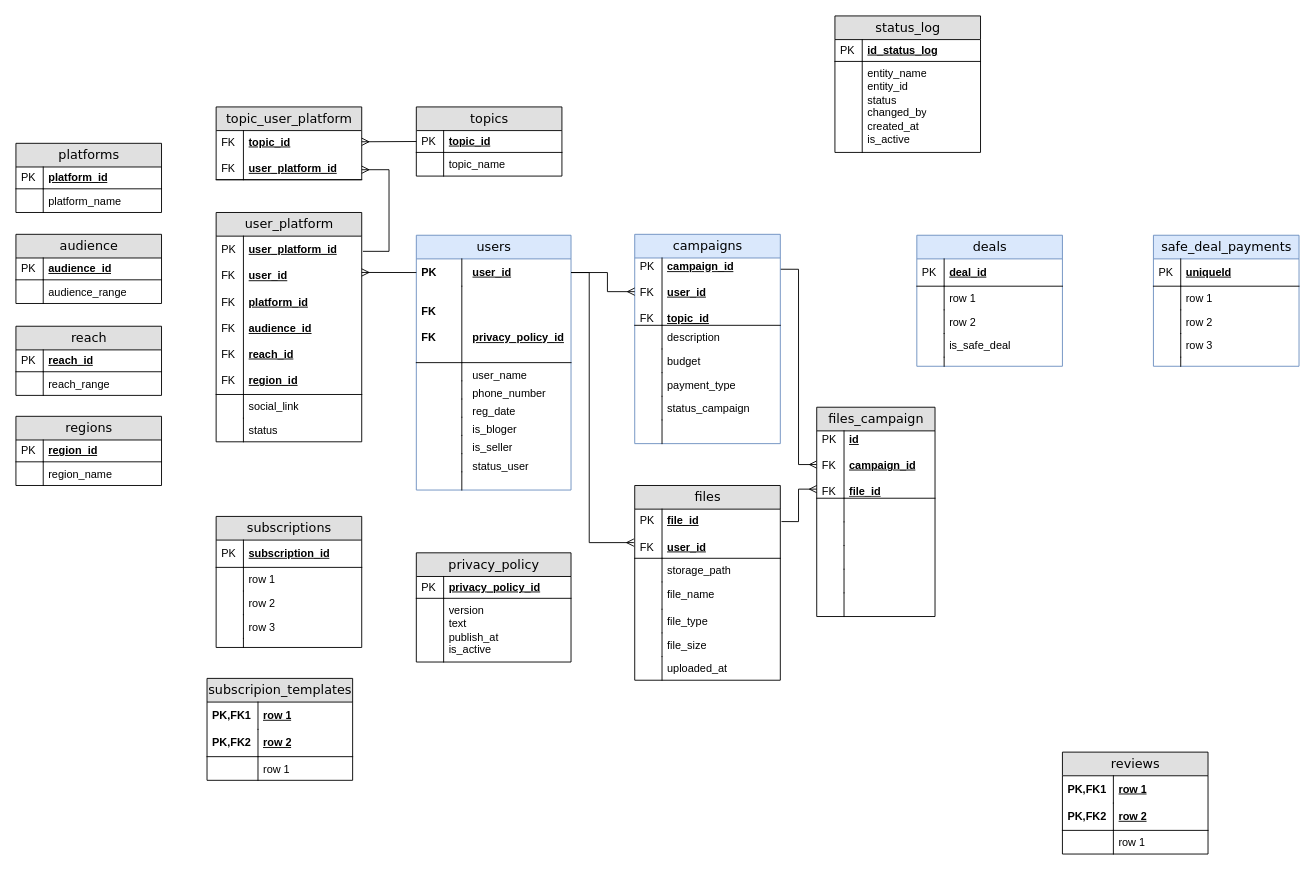
This is diagrams/erd.drawio.xml from NadezdaHope19/practice, a draw.io file, before an edit. Source tidied: cells renumbered, new cells numbered last; positions are measured from the earlier drawing's top-left corner, leaving out a move shared by most shapes. Both pictures are drawn from the tidied source at 91%, with x=0, y=0 at pixel (15, 15).
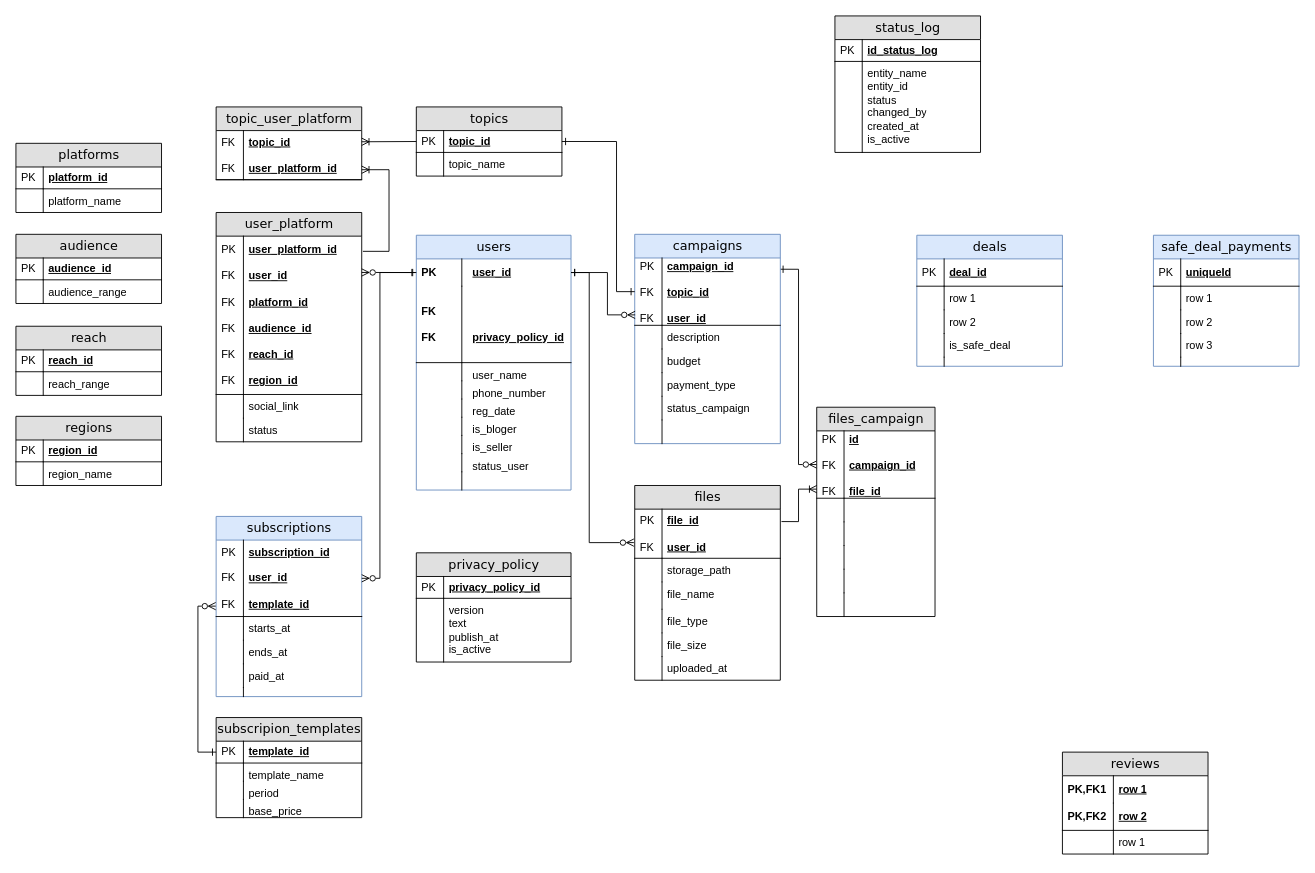
The same diagram, later.

Unchanged cells that the change refers to:
```xml
<mxCell id="3" value="user_id" style="shape=partialRectangle;top=0;left=0;right=0;bottom=0;html=1;align=left;verticalAlign=middle;fillColor=none;spacingLeft=60;spacingRight=4;whiteSpace=wrap;overflow=hidden;points=[[0,0.5],[1,0.5]];portConstraint=eastwest;fontStyle=5;" parent="2" vertex="1">
  <mxGeometry y="26" width="170" height="30" as="geometry" />
</mxCell>
<mxCell id="22" value="campaigns" style="swimlane;html=1;fontStyle=0;horizontal=1;startSize=26;fillColor=#dae8fc;swimlaneFillColor=#ffffff;align=center;rounded=0;shadow=0;comic=0;labelBackgroundColor=none;strokeWidth=1;fontFamily=Verdana;fontSize=14;swimlaneLine=1;strokeColor=#6c8ebf;" parent="1" vertex="1">
  <mxGeometry x="680" y="240" width="160" height="230" as="geometry" />
</mxCell>
<mxCell id="83" value="file_id&lt;div&gt;&lt;br&gt;&lt;/div&gt;&lt;div&gt;user_id&lt;/div&gt;" style="shape=partialRectangle;top=0;left=0;right=0;bottom=1;html=1;align=left;verticalAlign=middle;fillColor=none;spacingLeft=34;spacingRight=4;whiteSpace=wrap;overflow=hidden;points=[[0,0.5],[1,0.5]];portConstraint=eastwest;fontStyle=5;" parent="82" vertex="1">
  <mxGeometry y="26" width="160" height="54" as="geometry" />
</mxCell>
<mxCell id="98" value="topic_id" style="shape=partialRectangle;top=0;left=0;right=0;bottom=1;html=1;align=left;verticalAlign=middle;fillColor=none;spacingLeft=34;spacingRight=4;whiteSpace=wrap;overflow=hidden;points=[[0,0.5],[1,0.5]];portConstraint=eastwest;fontStyle=5;" parent="97" vertex="1">
  <mxGeometry y="26" width="160" height="24" as="geometry" />
</mxCell>
<mxCell id="108" value="&lt;div&gt;&lt;span style=&quot;background-color: transparent; color: light-dark(rgb(0, 0, 0), rgb(255, 255, 255));&quot;&gt;user_platform_id&lt;/span&gt;&lt;/div&gt;&lt;div&gt;&lt;br&gt;&lt;/div&gt;user_id&lt;div&gt;&lt;br&gt;&lt;div&gt;platform_id&lt;/div&gt;&lt;/div&gt;&lt;div&gt;&lt;br&gt;&lt;/div&gt;&lt;div&gt;audience_id&lt;/div&gt;&lt;div&gt;&lt;br&gt;&lt;/div&gt;&lt;div&gt;reach_id&lt;/div&gt;&lt;div&gt;&lt;br&gt;&lt;/div&gt;&lt;div&gt;region_id&lt;/div&gt;" style="shape=partialRectangle;top=0;left=0;right=0;bottom=1;html=1;align=left;verticalAlign=middle;fillColor=none;spacingLeft=34;spacingRight=4;whiteSpace=wrap;overflow=hidden;points=[[0,0.5],[1,0.5]];portConstraint=eastwest;fontStyle=5;" parent="107" vertex="1">
  <mxGeometry y="26" width="160" height="174" as="geometry" />
</mxCell>
<mxCell id="143" value="id&lt;div&gt;&lt;br&gt;&lt;/div&gt;&lt;div&gt;campaign_id&lt;/div&gt;&lt;div&gt;&lt;br&gt;&lt;/div&gt;&lt;div&gt;file_id&lt;/div&gt;" style="shape=partialRectangle;top=0;left=0;right=0;bottom=1;html=1;align=left;verticalAlign=middle;fillColor=none;spacingLeft=34;spacingRight=4;whiteSpace=wrap;overflow=hidden;points=[[0,0.5],[1,0.5]];portConstraint=eastwest;fontStyle=5;" parent="142" vertex="1">
  <mxGeometry y="26" width="130" height="74" as="geometry" />
</mxCell>
```

Diff of the diagram source:
```diff
@@
-    <mxCell id="21" style="edgeStyle=none;rounded=0;jettySize=auto;html=1;exitX=0.994;exitY=0.167;exitDx=0;exitDy=0;entryX=0;entryY=0.5;entryDx=0;entryDy=0;endArrow=ERmany;endFill=0;exitPerimeter=0;" parent="1" edge="1" source="23" target="143">
+    <mxCell id="21" style="edgeStyle=none;rounded=0;jettySize=auto;html=1;exitX=0.994;exitY=0.167;exitDx=0;exitDy=0;entryX=0;entryY=0.5;entryDx=0;entryDy=0;endArrow=ERzeroToMany;endFill=0;exitPerimeter=0;startArrow=ERone;startFill=0;" parent="1" edge="1" source="23" target="143">
       <mxGeometry relative="1" as="geometry">
         <Array as="points">
           <mxPoint x="860" y="278.4" />
           <mxPoint x="860" y="493" />
         </Array>
       </mxGeometry>
     </mxCell>
@@
-    <mxCell id="23" value="campaign_id&lt;div&gt;&lt;br&gt;&lt;/div&gt;&lt;div&gt;user_id&lt;/div&gt;&lt;div&gt;&lt;br&gt;&lt;/div&gt;&lt;div&gt;topic_id&lt;/div&gt;" style="shape=partialRectangle;top=0;left=0;right=0;bottom=1;html=1;align=left;verticalAlign=middle;fillColor=none;spacingLeft=34;spacingRight=4;whiteSpace=wrap;overflow=hidden;points=[[0,0.5],[1,0.5]];portConstraint=eastwest;fontStyle=5;" parent="22" vertex="1">
+    <mxCell id="23" value="campaign_id&lt;div&gt;&lt;br&gt;&lt;/div&gt;&lt;div&gt;topic_id&lt;/div&gt;&lt;div&gt;&lt;br&gt;&lt;/div&gt;&lt;div&gt;user_id&lt;/div&gt;" style="shape=partialRectangle;top=0;left=0;right=0;bottom=1;html=1;align=left;verticalAlign=middle;fillColor=none;spacingLeft=34;spacingRight=4;whiteSpace=wrap;overflow=hidden;points=[[0,0.5],[1,0.5]];portConstraint=eastwest;fontStyle=5;" parent="22" vertex="1">
       <mxGeometry y="26" width="160" height="74" as="geometry" />
     </mxCell>
@@
-    <mxCell id="46" value="subscriptions" style="swimlane;html=1;fontStyle=0;horizontal=1;startSize=26;fillColor=#e0e0e0;swimlaneFillColor=#ffffff;align=center;rounded=0;shadow=0;comic=0;labelBackgroundColor=none;strokeWidth=1;fontFamily=Verdana;fontSize=14;" parent="1" vertex="1">
-      <mxGeometry x="220" y="550" width="160" height="144" as="geometry" />
+    <mxCell id="46" value="subscriptions" style="swimlane;html=1;fontStyle=0;horizontal=1;startSize=26;fillColor=#dae8fc;swimlaneFillColor=#ffffff;align=center;rounded=0;shadow=0;comic=0;labelBackgroundColor=none;strokeWidth=1;fontFamily=Verdana;fontSize=14;strokeColor=#6c8ebf;" parent="1" vertex="1">
+      <mxGeometry x="220" y="550" width="160" height="198" as="geometry" />
     </mxCell>
-    <mxCell id="47" value="subscription_id" style="shape=partialRectangle;top=0;left=0;right=0;bottom=1;html=1;align=left;verticalAlign=middle;fillColor=none;spacingLeft=34;spacingRight=4;whiteSpace=wrap;overflow=hidden;points=[[0,0.5],[1,0.5]];portConstraint=eastwest;fontStyle=5;" parent="46" vertex="1">
-      <mxGeometry y="26" width="160" height="30" as="geometry" />
+    <mxCell id="47" value="subscription_id&lt;div&gt;&lt;br&gt;&lt;/div&gt;&lt;div&gt;user_id&lt;/div&gt;&lt;div&gt;&lt;br&gt;&lt;/div&gt;&lt;div&gt;template_id&lt;/div&gt;" style="shape=partialRectangle;top=0;left=0;right=0;bottom=1;html=1;align=left;verticalAlign=middle;fillColor=none;spacingLeft=34;spacingRight=4;whiteSpace=wrap;overflow=hidden;points=[[0,0.5],[1,0.5]];portConstraint=eastwest;fontStyle=5;" parent="46" vertex="1">
+      <mxGeometry y="26" width="160" height="84" as="geometry" />
     </mxCell>
-    <mxCell id="48" value="PK" style="shape=partialRectangle;top=0;left=0;bottom=0;html=1;fillColor=none;align=left;verticalAlign=middle;spacingLeft=4;spacingRight=4;whiteSpace=wrap;overflow=hidden;" parent="47" vertex="1">
-      <mxGeometry width="30" height="30" as="geometry" />
+    <mxCell id="48" value="PK&lt;div&gt;&lt;br&gt;&lt;/div&gt;&lt;div&gt;FK&lt;/div&gt;&lt;div&gt;&lt;br&gt;&lt;/div&gt;&lt;div&gt;FK&lt;/div&gt;" style="shape=partialRectangle;top=0;left=0;bottom=0;html=1;fillColor=none;align=left;verticalAlign=middle;spacingLeft=4;spacingRight=4;whiteSpace=wrap;overflow=hidden;" parent="47" vertex="1">
+      <mxGeometry width="30" height="84" as="geometry" />
     </mxCell>
-    <mxCell id="49" value="row 1" style="shape=partialRectangle;top=0;left=0;right=0;bottom=0;html=1;align=left;verticalAlign=top;fillColor=none;spacingLeft=34;spacingRight=4;whiteSpace=wrap;overflow=hidden;" parent="46" vertex="1">
-      <mxGeometry y="56" width="160" height="26" as="geometry" />
+    <mxCell id="49" value="starts_at" style="shape=partialRectangle;top=0;left=0;right=0;bottom=0;html=1;align=left;verticalAlign=top;fillColor=none;spacingLeft=34;spacingRight=4;whiteSpace=wrap;overflow=hidden;" parent="46" vertex="1">
+      <mxGeometry y="110" width="160" height="26" as="geometry" />
     </mxCell>
@@
-    <mxCell id="51" value="row 2" style="shape=partialRectangle;top=0;left=0;right=0;bottom=0;html=1;align=left;verticalAlign=top;fillColor=none;spacingLeft=34;spacingRight=4;whiteSpace=wrap;overflow=hidden;" parent="46" vertex="1">
-      <mxGeometry y="82" width="160" height="26" as="geometry" />
+    <mxCell id="51" value="ends_at" style="shape=partialRectangle;top=0;left=0;right=0;bottom=0;html=1;align=left;verticalAlign=top;fillColor=none;spacingLeft=34;spacingRight=4;whiteSpace=wrap;overflow=hidden;" parent="46" vertex="1">
+      <mxGeometry y="136" width="160" height="26" as="geometry" />
     </mxCell>
@@
-    <mxCell id="53" value="row 3" style="shape=partialRectangle;top=0;left=0;right=0;bottom=0;html=1;align=left;verticalAlign=top;fillColor=none;spacingLeft=34;spacingRight=4;whiteSpace=wrap;overflow=hidden;" parent="46" vertex="1">
-      <mxGeometry y="108" width="160" height="26" as="geometry" />
+    <mxCell id="53" value="paid_at" style="shape=partialRectangle;top=0;left=0;right=0;bottom=0;html=1;align=left;verticalAlign=top;fillColor=none;spacingLeft=34;spacingRight=4;whiteSpace=wrap;overflow=hidden;" parent="46" vertex="1">
+      <mxGeometry y="162" width="160" height="26" as="geometry" />
     </mxCell>
@@
     <mxCell id="55" style="shape=partialRectangle;top=0;left=0;right=0;bottom=0;html=1;align=left;verticalAlign=top;fillColor=none;spacingLeft=34;spacingRight=4;whiteSpace=wrap;overflow=hidden;" parent="46" vertex="1">
-      <mxGeometry y="134" width="160" height="10" as="geometry" />
+      <mxGeometry y="188" width="160" height="10" as="geometry" />
     </mxCell>
@@
-    <mxCell id="57" value="subscripion_templates" style="swimlane;html=1;fontStyle=0;horizontal=1;startSize=26;fillColor=#e0e0e0;swimlaneFillColor=#ffffff;align=center;rounded=0;shadow=0;comic=0;labelBackgroundColor=none;strokeWidth=1;fontFamily=Verdana;fontSize=14;" parent="1" vertex="1">
-      <mxGeometry x="210" y="728" width="160" height="112" as="geometry" />
-    </mxCell>
-    <mxCell id="58" value="row 1" style="shape=partialRectangle;top=0;left=0;right=0;bottom=0;html=1;align=left;verticalAlign=middle;fillColor=none;spacingLeft=60;spacingRight=4;whiteSpace=wrap;overflow=hidden;fontStyle=5;" parent="57" vertex="1">
-      <mxGeometry y="26" width="160" height="30" as="geometry" />
-    </mxCell>
-    <mxCell id="59" value="PK,FK1" style="shape=partialRectangle;fontStyle=1;top=0;left=0;bottom=0;html=1;fillColor=none;align=left;verticalAlign=middle;spacingLeft=4;spacingRight=4;whiteSpace=wrap;overflow=hidden;" parent="58" vertex="1">
-      <mxGeometry width="56" height="30" as="geometry" />
-    </mxCell>
-    <mxCell id="60" value="row 2" style="shape=partialRectangle;top=0;left=0;right=0;bottom=1;html=1;align=left;verticalAlign=middle;fillColor=none;spacingLeft=60;spacingRight=4;whiteSpace=wrap;overflow=hidden;fontStyle=5;" parent="57" vertex="1">
-      <mxGeometry y="56" width="160" height="30" as="geometry" />
-    </mxCell>
-    <mxCell id="61" value="PK,FK2" style="shape=partialRectangle;fontStyle=1;top=0;left=0;bottom=0;html=1;fillColor=none;align=left;verticalAlign=middle;spacingLeft=4;spacingRight=4;whiteSpace=wrap;overflow=hidden;" parent="60" vertex="1">
-      <mxGeometry width="56" height="30" as="geometry" />
-    </mxCell>
-    <mxCell id="62" value="row 1" style="shape=partialRectangle;top=0;left=0;right=0;bottom=0;html=1;align=left;verticalAlign=top;fillColor=none;spacingLeft=60;spacingRight=4;whiteSpace=wrap;overflow=hidden;" parent="57" vertex="1">
-      <mxGeometry y="86" width="160" height="26" as="geometry" />
-    </mxCell>
-    <mxCell id="63" style="shape=partialRectangle;top=0;left=0;bottom=0;html=1;fillColor=none;align=left;verticalAlign=top;spacingLeft=4;spacingRight=4;whiteSpace=wrap;overflow=hidden;" parent="62" vertex="1">
-      <mxGeometry width="56" height="26" as="geometry" />
-    </mxCell>
@@
-    <mxCell id="95" style="edgeStyle=none;rounded=0;jettySize=auto;html=1;exitX=-0.006;exitY=0.681;exitDx=0;exitDy=0;entryX=1;entryY=0.5;entryDx=0;entryDy=0;endArrow=none;endFill=0;startArrow=ERmany;startFill=0;exitPerimeter=0;" parent="1" edge="1" source="83" target="3">
+    <mxCell id="95" style="edgeStyle=none;rounded=0;jettySize=auto;html=1;exitX=-0.006;exitY=0.681;exitDx=0;exitDy=0;entryX=1;entryY=0.5;entryDx=0;entryDy=0;endArrow=ERone;endFill=0;startArrow=ERzeroToMany;startFill=0;exitPerimeter=0;" parent="1" edge="1" source="83" target="3">
       <mxGeometry relative="1" as="geometry">
         <Array as="points">
           <mxPoint x="630" y="578.8" />
           <mxPoint x="630" y="282" />
         </Array>
       </mxGeometry>
     </mxCell>
-    <mxCell id="96" style="edgeStyle=none;rounded=0;jettySize=auto;html=1;exitX=1;exitY=0.5;exitDx=0;exitDy=0;entryX=0;entryY=0.5;entryDx=0;entryDy=0;endArrow=ERmany;endFill=0;startArrow=none;startFill=0;" parent="1" edge="1" source="3" target="23">
+    <mxCell id="96" style="edgeStyle=none;rounded=0;jettySize=auto;html=1;exitX=1;exitY=0.5;exitDx=0;exitDy=0;entryX=0.003;entryY=0.845;entryDx=0;entryDy=0;endArrow=ERzeroToMany;endFill=0;startArrow=ERone;startFill=0;entryPerimeter=0;" parent="1" edge="1" source="3" target="23">
       <mxGeometry relative="1" as="geometry">
         <Array as="points">
           <mxPoint x="650" y="282" />
-          <mxPoint x="650" y="303" />
+          <mxPoint x="650" y="328.5" />
         </Array>
       </mxGeometry>
     </mxCell>
@@
-    <mxCell id="155" style="edgeStyle=none;rounded=0;jettySize=auto;html=1;exitX=1.008;exitY=0.253;exitDx=0;exitDy=0;exitPerimeter=0;endArrow=ERmany;endFill=0;" parent="1" edge="1" source="83">
+    <mxCell id="155" style="edgeStyle=none;rounded=0;jettySize=auto;html=1;exitX=1.008;exitY=0.253;exitDx=0;exitDy=0;exitPerimeter=0;endArrow=ERoneToMany;endFill=0;" parent="1" edge="1" source="83">
       <mxGeometry relative="1" as="geometry">
         <mxPoint x="880" y="520" as="targetPoint" />
         <Array as="points">
           <mxPoint x="860" y="555.7" />
           <mxPoint x="860" y="520" />
         </Array>
       </mxGeometry>
     </mxCell>
-    <mxCell id="156" style="edgeStyle=none;rounded=0;jettySize=auto;html=1;exitX=0;exitY=0.5;exitDx=0;exitDy=0;endArrow=ERmany;endFill=0;" parent="1" edge="1" source="3">
+    <mxCell id="156" style="edgeStyle=none;rounded=0;jettySize=auto;html=1;exitX=0;exitY=0.5;exitDx=0;exitDy=0;endArrow=ERzeroToMany;endFill=0;startArrow=ERone;startFill=0;" parent="1" edge="1" source="3">
       <mxGeometry relative="1" as="geometry">
         <mxPoint x="380" y="281.9" as="targetPoint" />
       </mxGeometry>
     </mxCell>
-    <mxCell id="157" style="edgeStyle=none;rounded=0;jettySize=auto;html=1;exitX=0;exitY=0.5;exitDx=0;exitDy=0;endArrow=ERmany;endFill=0;" parent="1" edge="1" source="98">
+    <mxCell id="157" style="edgeStyle=none;rounded=0;jettySize=auto;html=1;exitX=0;exitY=0.5;exitDx=0;exitDy=0;endArrow=ERoneToMany;endFill=0;" parent="1" edge="1" source="98">
       <mxGeometry relative="1" as="geometry">
         <mxPoint x="380" y="138.3" as="targetPoint" />
       </mxGeometry>
     </mxCell>
-    <mxCell id="158" style="edgeStyle=none;rounded=0;jettySize=auto;html=1;exitX=1.008;exitY=0.096;exitDx=0;exitDy=0;exitPerimeter=0;endArrow=ERmany;endFill=0;" parent="1" edge="1" source="108">
+    <mxCell id="158" style="edgeStyle=none;rounded=0;jettySize=auto;html=1;exitX=1.008;exitY=0.096;exitDx=0;exitDy=0;exitPerimeter=0;endArrow=ERoneToMany;endFill=0;" parent="1" edge="1" source="108">
       <mxGeometry relative="1" as="geometry">
         <mxPoint x="380" y="169" as="targetPoint" />
         <Array as="points">
           <mxPoint x="410" y="258.7" />
           <mxPoint x="410" y="169" />
         </Array>
       </mxGeometry>
     </mxCell>
+    <mxCell id="159" style="edgeStyle=none;rounded=0;jettySize=auto;html=1;exitX=0;exitY=0.5;exitDx=0;exitDy=0;entryX=1;entryY=0.5;entryDx=0;entryDy=0;endArrow=ERone;endFill=0;startArrow=ERone;startFill=0;" parent="1" edge="1" source="23" target="98">
+      <mxGeometry relative="1" as="geometry">
+        <Array as="points">
+          <mxPoint x="660" y="303" />
+          <mxPoint x="660" y="138" />
+        </Array>
+      </mxGeometry>
+    </mxCell>
+    <mxCell id="160" style="edgeStyle=none;rounded=0;jettySize=auto;html=1;exitX=1;exitY=0.5;exitDx=0;exitDy=0;endArrow=ERone;endFill=0;startArrow=ERzeroToMany;startFill=0;" parent="1" edge="1" source="47">
+      <mxGeometry relative="1" as="geometry">
+        <mxPoint x="439.1" y="282" as="targetPoint" />
+        <Array as="points">
+          <mxPoint x="400" y="618" />
+          <mxPoint x="400" y="282" />
+        </Array>
+      </mxGeometry>
+    </mxCell>
+    <mxCell id="57" value="subscripion_templates" style="swimlane;html=1;fontStyle=0;horizontal=1;startSize=26;fillColor=#e0e0e0;swimlaneFillColor=#ffffff;align=center;rounded=0;shadow=0;comic=0;labelBackgroundColor=none;strokeWidth=1;fontFamily=Verdana;fontSize=14;swimlaneLine=1;" parent="1" vertex="1">
+      <mxGeometry x="220" y="771" width="160" height="110" as="geometry" />
+    </mxCell>
+    <mxCell id="161" value="template_id" style="shape=partialRectangle;top=0;left=0;right=0;bottom=1;html=1;align=left;verticalAlign=middle;fillColor=none;spacingLeft=34;spacingRight=4;whiteSpace=wrap;overflow=hidden;points=[[0,0.5],[1,0.5]];portConstraint=eastwest;fontStyle=5;" parent="57" vertex="1">
+      <mxGeometry y="26" width="160" height="24" as="geometry" />
+    </mxCell>
+    <mxCell id="162" value="PK" style="shape=partialRectangle;top=0;left=0;bottom=0;html=1;fillColor=none;align=left;verticalAlign=middle;spacingLeft=4;spacingRight=4;whiteSpace=wrap;overflow=hidden;" parent="161" vertex="1">
+      <mxGeometry width="30" height="24" as="geometry" />
+    </mxCell>
+    <mxCell id="163" value="template_name" style="shape=partialRectangle;top=0;left=0;right=0;bottom=0;html=1;align=left;verticalAlign=top;fillColor=none;spacingLeft=34;spacingRight=4;whiteSpace=wrap;overflow=hidden;" parent="57" vertex="1">
+      <mxGeometry y="50" width="160" height="20" as="geometry" />
+    </mxCell>
+    <mxCell id="164" style="shape=partialRectangle;top=0;left=0;bottom=0;html=1;fillColor=none;align=left;verticalAlign=top;spacingLeft=4;spacingRight=4;whiteSpace=wrap;overflow=hidden;" parent="163" vertex="1">
+      <mxGeometry width="30" height="20" as="geometry" />
+    </mxCell>
+    <mxCell id="165" value="period" style="shape=partialRectangle;top=0;left=0;right=0;bottom=0;html=1;align=left;verticalAlign=top;fillColor=none;spacingLeft=34;spacingRight=4;whiteSpace=wrap;overflow=hidden;" parent="57" vertex="1">
+      <mxGeometry y="70" width="160" height="20" as="geometry" />
+    </mxCell>
+    <mxCell id="166" style="shape=partialRectangle;top=0;left=0;bottom=0;html=1;fillColor=none;align=left;verticalAlign=top;spacingLeft=4;spacingRight=4;whiteSpace=wrap;overflow=hidden;" parent="165" vertex="1">
+      <mxGeometry width="30" height="20" as="geometry" />
+    </mxCell>
+    <mxCell id="167" value="base_price" style="shape=partialRectangle;top=0;left=0;right=0;bottom=0;html=1;align=left;verticalAlign=top;fillColor=none;spacingLeft=34;spacingRight=4;whiteSpace=wrap;overflow=hidden;" parent="57" vertex="1">
+      <mxGeometry y="90" width="160" height="20" as="geometry" />
+    </mxCell>
+    <mxCell id="168" style="shape=partialRectangle;top=0;left=0;bottom=0;html=1;fillColor=none;align=left;verticalAlign=top;spacingLeft=4;spacingRight=4;whiteSpace=wrap;overflow=hidden;" parent="167" vertex="1">
+      <mxGeometry width="30" height="20" as="geometry" />
+    </mxCell>
+    <mxCell id="169" style="edgeStyle=none;rounded=0;jettySize=auto;html=1;endArrow=ERone;endFill=0;startArrow=ERzeroToMany;startFill=0;entryX=0;entryY=0.5;entryDx=0;entryDy=0;exitX=-0.003;exitY=0.864;exitDx=0;exitDy=0;exitPerimeter=0;" parent="1" edge="1" source="47" target="161">
+      <mxGeometry relative="1" as="geometry">
+        <Array as="points">
+          <mxPoint x="200" y="648.6" />
+          <mxPoint x="200" y="809" />
+        </Array>
+      </mxGeometry>
+    </mxCell>
```
